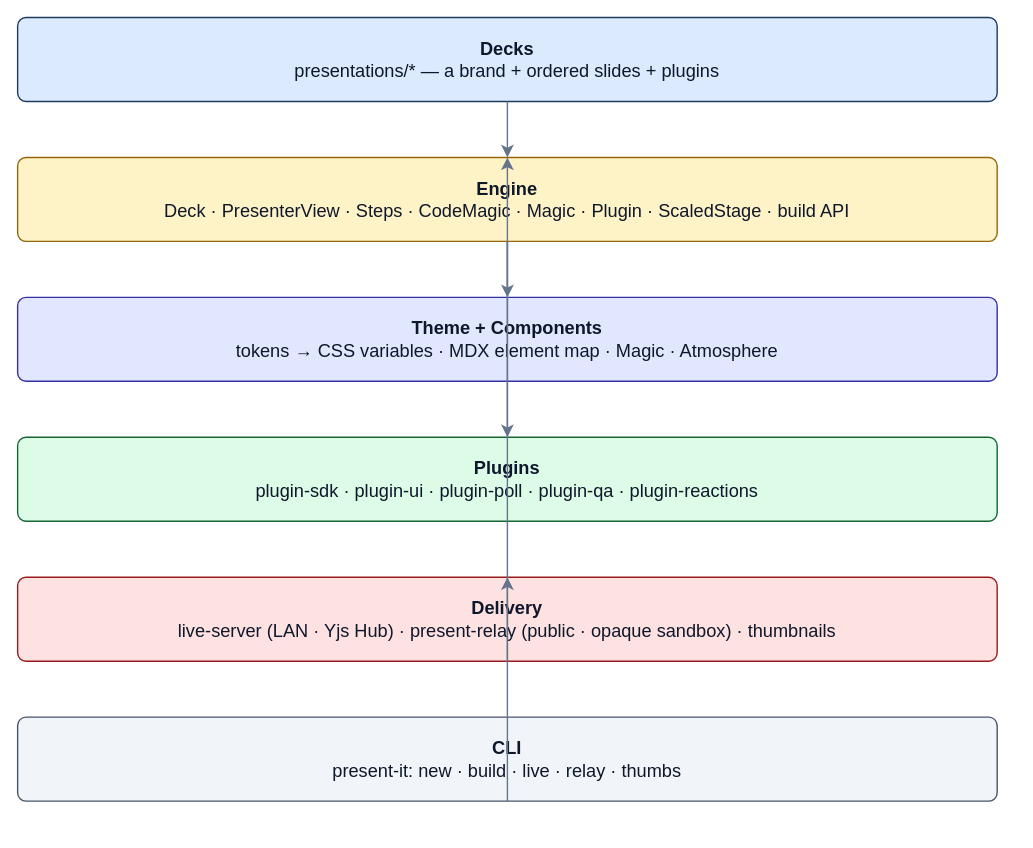
liebstoeckel/liebstoeckel-app keeps this draw.io diagram as packages/docs/public/diagrams/architecture.svg. Above is the earlier version. Source tidied: cells renumbered, new cells last; positions are measured from the earlier drawing's top-left corner, leaving out a move shared by most shapes. The source it was exported from:
```xml
<mxGraphModel>
  <root>
    <mxCell id="0" />
    <mxCell id="1" parent="0" />
    <mxCell id="2" value="&lt;b&gt;Decks&lt;/b&gt;&lt;br&gt;presentations/* — a brand + ordered slides + plugins" style="rounded=1;whiteSpace=wrap;html=1;fillColor=#dbeafe;strokeColor=#1e3a5f;fontColor=#0f172a;fontSize=13;arcSize=10;" parent="1" vertex="1">
      <mxGeometry width="700" height="60" as="geometry" />
    </mxCell>
    <mxCell id="3" value="&lt;b&gt;Engine&lt;/b&gt;&lt;br&gt;Deck · PresenterView · Steps · CodeMagic · Magic · Plugin · ScaledStage · build API" style="rounded=1;whiteSpace=wrap;html=1;fillColor=#fef3c7;strokeColor=#92660a;fontColor=#0f172a;fontSize=13;arcSize=10;" parent="1" vertex="1">
      <mxGeometry y="100" width="700" height="60" as="geometry" />
    </mxCell>
    <mxCell id="4" value="&lt;b&gt;Theme + Components&lt;/b&gt;&lt;br&gt;tokens → CSS variables · MDX element map · Magic · Atmosphere" style="rounded=1;whiteSpace=wrap;html=1;fillColor=#e0e7ff;strokeColor=#3730a3;fontColor=#0f172a;fontSize=13;arcSize=10;" parent="1" vertex="1">
      <mxGeometry y="200" width="700" height="60" as="geometry" />
    </mxCell>
    <mxCell id="5" value="&lt;b&gt;Plugins&lt;/b&gt;&lt;br&gt;plugin-sdk · plugin-ui · plugin-poll · plugin-qa · plugin-reactions" style="rounded=1;whiteSpace=wrap;html=1;fillColor=#dcfce7;strokeColor=#166534;fontColor=#0f172a;fontSize=13;arcSize=10;" parent="1" vertex="1">
      <mxGeometry y="300" width="700" height="60" as="geometry" />
    </mxCell>
    <mxCell id="6" value="&lt;b&gt;Delivery&lt;/b&gt;&lt;br&gt;live-server (LAN · Yjs Hub) · present-relay (public · opaque sandbox) · thumbnails" style="rounded=1;whiteSpace=wrap;html=1;fillColor=#fee2e2;strokeColor=#991b1b;fontColor=#0f172a;fontSize=13;arcSize=10;" parent="1" vertex="1">
      <mxGeometry y="400" width="700" height="60" as="geometry" />
    </mxCell>
    <mxCell id="7" value="&lt;b&gt;CLI&lt;/b&gt;&lt;br&gt;present-it: new · build · live · relay · thumbs" style="rounded=1;whiteSpace=wrap;html=1;fillColor=#f1f5f9;strokeColor=#475569;fontColor=#0f172a;fontSize=13;arcSize=10;" parent="1" vertex="1">
      <mxGeometry y="500" width="700" height="60" as="geometry" />
    </mxCell>
    <mxCell id="8" style="endArrow=classic;html=1;strokeColor=#64748b;exitX=0.5;exitY=1;entryX=0.5;entryY=0;" parent="1" edge="1" source="2" target="3">
      <mxGeometry relative="1" as="geometry" />
    </mxCell>
    <mxCell id="9" style="endArrow=classic;html=1;strokeColor=#64748b;exitX=0.5;exitY=1;entryX=0.5;entryY=0;" parent="1" edge="1" source="3" target="4">
      <mxGeometry relative="1" as="geometry" />
    </mxCell>
    <mxCell id="10" style="endArrow=classic;html=1;strokeColor=#64748b;exitX=0.5;exitY=1;entryX=0.5;entryY=0;" parent="1" edge="1" source="3" target="5">
      <mxGeometry relative="1" as="geometry" />
    </mxCell>
    <mxCell id="11" style="endArrow=classic;html=1;strokeColor=#64748b;exitX=0.5;exitY=1;entryX=0.5;entryY=0;" parent="1" edge="1" source="6" target="3">
      <mxGeometry relative="1" as="geometry" />
    </mxCell>
    <mxCell id="12" style="endArrow=classic;html=1;strokeColor=#64748b;exitX=0.5;exitY=1;entryX=0.5;entryY=0;" parent="1" edge="1" source="7" target="6">
      <mxGeometry relative="1" as="geometry" />
    </mxCell>
  </root>
</mxGraphModel>
```
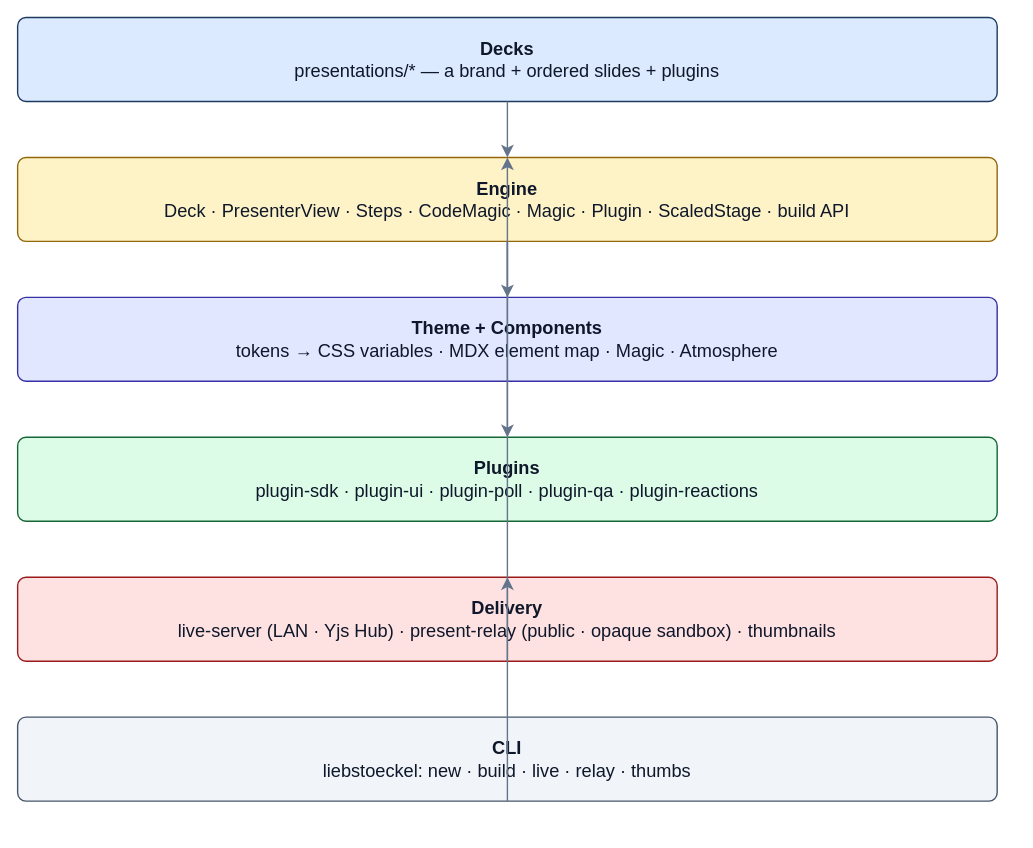
After the change.

Diff of the diagram source:
```diff
@@ -17,7 +17,7 @@
     <mxCell id="6" value="&lt;b&gt;Delivery&lt;/b&gt;&lt;br&gt;live-server (LAN · Yjs Hub) · present-relay (public · opaque sandbox) · thumbnails" style="rounded=1;whiteSpace=wrap;html=1;fillColor=#fee2e2;strokeColor=#991b1b;fontColor=#0f172a;fontSize=13;arcSize=10;" parent="1" vertex="1">
       <mxGeometry y="400" width="700" height="60" as="geometry" />
     </mxCell>
-    <mxCell id="7" value="&lt;b&gt;CLI&lt;/b&gt;&lt;br&gt;present-it: new · build · live · relay · thumbs" style="rounded=1;whiteSpace=wrap;html=1;fillColor=#f1f5f9;strokeColor=#475569;fontColor=#0f172a;fontSize=13;arcSize=10;" parent="1" vertex="1">
+    <mxCell id="7" value="&lt;b&gt;CLI&lt;/b&gt;&lt;br&gt;liebstoeckel: new · build · live · relay · thumbs" style="rounded=1;whiteSpace=wrap;html=1;fillColor=#f1f5f9;strokeColor=#475569;fontColor=#0f172a;fontSize=13;arcSize=10;" parent="1" vertex="1">
       <mxGeometry y="500" width="700" height="60" as="geometry" />
     </mxCell>
     <mxCell id="8" style="endArrow=classic;html=1;strokeColor=#64748b;exitX=0.5;exitY=1;entryX=0.5;entryY=0;" parent="1" edge="1" source="2" target="3">
```
